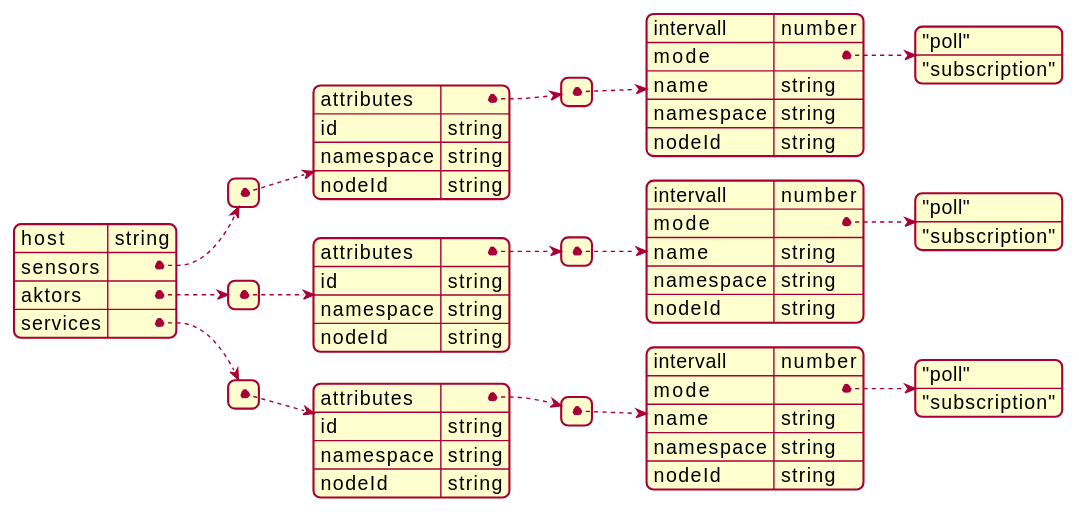
Earlier version of the PlantUML export architecture/opcua_config_schema.svg (Praktikum-PvAS/process-historian). Its diagram source:
```plantuml
@startjson "OPC UA Config"
{
  "host": "string",
  "sensors": [
    {
      "attributes": [
        {
          "intervall": "number",
          "mode": ["\"poll\"", "\"subscription\""],
          "name": "string",
          "namespace": "string",
          "nodeId": "string"
        }
      ],
      "id": "string",
      "namespace": "string",
      "nodeId": "string"
    }
  ],
  "aktors": [
    {
      "attributes": [
        {
          "intervall": "number",
          "mode": ["\"poll\"", "\"subscription\""],
          "name": "string",
          "namespace": "string",
          "nodeId": "string"
        }
      ],
      "id": "string",
      "namespace": "string",
      "nodeId": "string"
    }
  ],
  "services": [
    {
      "attributes": [
        {
          "intervall": "number",
          "mode": ["\"poll\"", "\"subscription\""],
          "name": "string",
          "namespace": "string",
          "nodeId": "string"
        }
      ],
      "id": "string",
      "namespace": "string",
      "nodeId": "string"
    }
  ]
}

@endjson
```
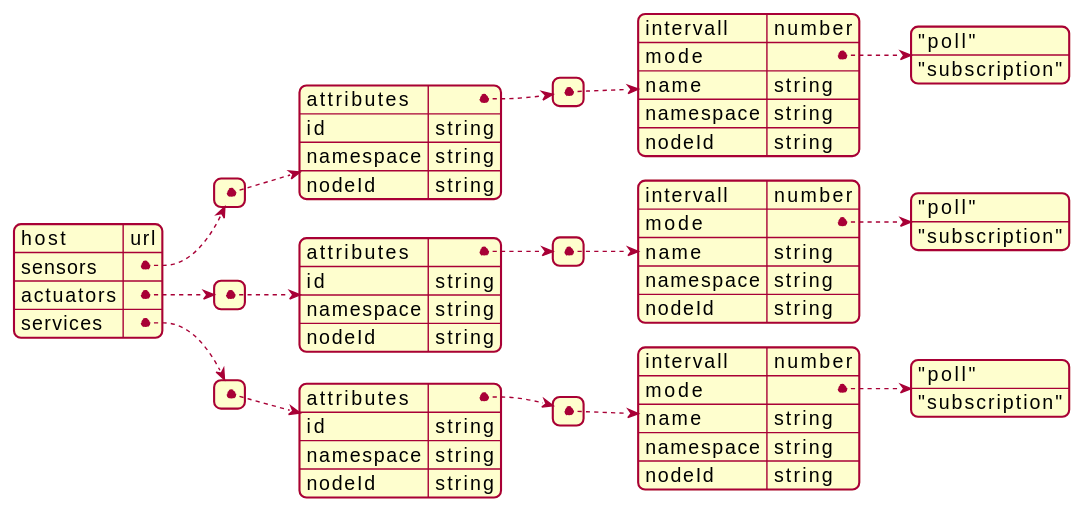
After the change.

Commit message:
Fix typo in opcua config

The edit, as a diff of the source:
```diff
@@ -1,6 +1,6 @@
 @startjson "OPC UA Config"
 {
-  "host": "string",
+  "host": "url",
   "sensors": [
     {
       "attributes": [
@@ -17,7 +17,7 @@
       "nodeId": "string"
     }
   ],
-  "aktors": [
+  "actuators": [
     {
       "attributes": [
         {
```
